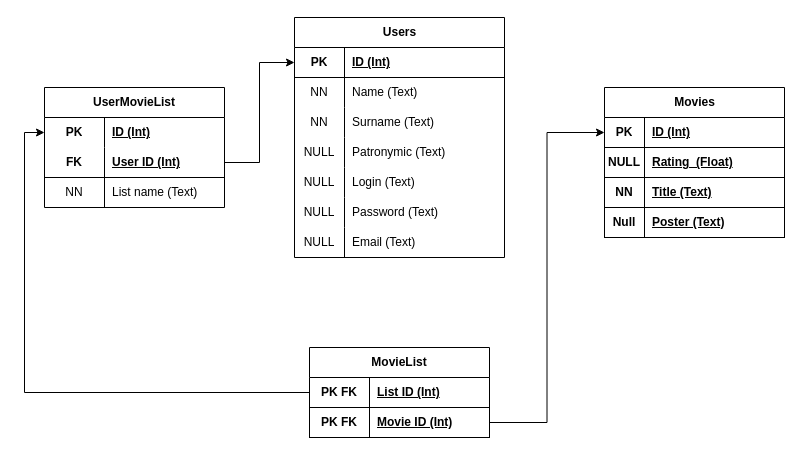
Kochtyan/graduate_work keeps this draw.io diagram as cinemach/backend/DB/cinemachDB .drawio. Above is the earlier version. Source tidied: cells renumbered, new cells numbered last; positions are measured from the earlier drawing's top-left corner, leaving out a move shared by most shapes. Both pictures are drawn from the tidied source at 100%, with x=0, y=0 at pixel (44, 17).
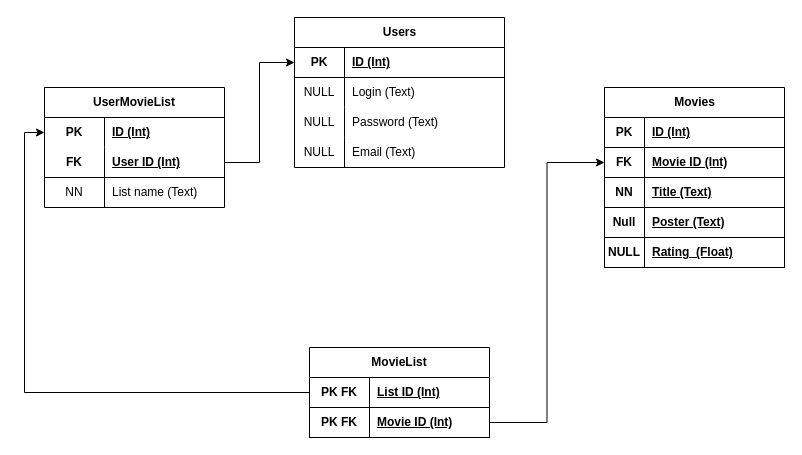
Above is the later version.

Unchanged cells that the change refers to:
```xml
<mxCell id="25" style="shape=tableRow;horizontal=0;startSize=0;swimlaneHead=0;swimlaneBody=0;fillColor=none;points=[[0,0.5],[1,0.5]];portConstraint=eastwest;top=0;left=0;right=0;bottom=1;" parent="24" vertex="1">
  <mxGeometry y="30" width="180" height="30" as="geometry" />
</mxCell>
<mxCell id="28" style="shape=tableRow;horizontal=0;startSize=0;swimlaneHead=0;swimlaneBody=0;fillColor=none;points=[[0,0.5],[1,0.5]];portConstraint=eastwest;top=0;left=0;right=0;bottom=1;" parent="24" vertex="1">
  <mxGeometry y="60" width="180" height="30" as="geometry" />
</mxCell>
<mxCell id="52" style="shape=tableRow;horizontal=0;startSize=0;swimlaneHead=0;swimlaneBody=0;fillColor=none;points=[[0,0.5],[1,0.5]];portConstraint=eastwest;top=0;left=0;right=0;bottom=1;html=1;" parent="48" vertex="1">
  <mxGeometry y="60" width="180" height="30" as="geometry" />
</mxCell>
```

Change to the diagram source:
```diff
@@
     <mxCell id="2" value="Users" style="shape=table;startSize=30;childLayout=tableLayout;rowLines=0;fontStyle=1;align=center;html=1;" parent="1" vertex="1">
-      <mxGeometry x="250" width="210" height="240" as="geometry" />
+      <mxGeometry x="250" width="210" height="150" as="geometry" />
     </mxCell>
@@
-    <mxCell id="6" style="shape=tableRow;horizontal=0;startSize=0;swimlaneHead=0;swimlaneBody=0;fillColor=none;top=0;left=0;right=0;bottom=0;" parent="2" vertex="1">
-      <mxGeometry y="60" width="210" height="30" as="geometry" />
-    </mxCell>
-    <mxCell id="7" value="NN" style="shape=partialRectangle;fillColor=none;top=0;left=0;bottom=0;right=0;overflow=hidden;whiteSpace=wrap;html=1;" parent="6" vertex="1">
-      <mxGeometry width="50" height="30" as="geometry" />
-    </mxCell>
-    <mxCell id="8" value="Name (Text)" style="shape=partialRectangle;fillColor=none;top=0;left=0;bottom=0;right=0;align=left;spacingLeft=6;overflow=hidden;whiteSpace=wrap;html=1;" parent="6" vertex="1">
-      <mxGeometry x="50" width="160" height="30" as="geometry" />
-    </mxCell>
-    <mxCell id="9" style="shape=tableRow;horizontal=0;startSize=0;swimlaneHead=0;swimlaneBody=0;fillColor=none;top=0;left=0;right=0;bottom=0;" parent="2" vertex="1">
-      <mxGeometry y="90" width="210" height="30" as="geometry" />
-    </mxCell>
-    <mxCell id="10" value="NN" style="shape=partialRectangle;fillColor=none;top=0;left=0;bottom=0;right=0;overflow=hidden;whiteSpace=wrap;html=1;" parent="9" vertex="1">
-      <mxGeometry width="50" height="30" as="geometry" />
-    </mxCell>
-    <mxCell id="11" value="Surname (Text)" style="shape=partialRectangle;fillColor=none;top=0;left=0;bottom=0;right=0;align=left;spacingLeft=6;overflow=hidden;whiteSpace=wrap;html=1;" parent="9" vertex="1">
-      <mxGeometry x="50" width="160" height="30" as="geometry" />
-    </mxCell>
-    <mxCell id="12" style="shape=tableRow;horizontal=0;startSize=0;swimlaneHead=0;swimlaneBody=0;fillColor=none;top=0;left=0;right=0;bottom=0;" parent="2" vertex="1">
-      <mxGeometry y="120" width="210" height="30" as="geometry" />
-    </mxCell>
-    <mxCell id="13" value="NULL" style="shape=partialRectangle;fillColor=none;top=0;left=0;bottom=0;right=0;overflow=hidden;whiteSpace=wrap;html=1;" parent="12" vertex="1">
-      <mxGeometry width="50" height="30" as="geometry" />
-    </mxCell>
-    <mxCell id="14" value="Patronymic (Text)" style="shape=partialRectangle;fillColor=none;top=0;left=0;bottom=0;right=0;align=left;spacingLeft=6;overflow=hidden;whiteSpace=wrap;html=1;" parent="12" vertex="1">
-      <mxGeometry x="50" width="160" height="30" as="geometry" />
-    </mxCell>
     <mxCell id="15" style="shape=tableRow;horizontal=0;startSize=0;swimlaneHead=0;swimlaneBody=0;fillColor=none;top=0;left=0;right=0;bottom=0;" parent="2" vertex="1">
-      <mxGeometry y="150" width="210" height="30" as="geometry" />
+      <mxGeometry y="60" width="210" height="30" as="geometry" />
     </mxCell>
@@
     <mxCell id="18" style="shape=tableRow;horizontal=0;startSize=0;swimlaneHead=0;swimlaneBody=0;fillColor=none;top=0;left=0;right=0;bottom=0;" parent="2" vertex="1">
-      <mxGeometry y="180" width="210" height="30" as="geometry" />
+      <mxGeometry y="90" width="210" height="30" as="geometry" />
     </mxCell>
@@
     <mxCell id="21" style="shape=tableRow;horizontal=0;startSize=0;swimlaneHead=0;swimlaneBody=0;fillColor=none;top=0;left=0;right=0;bottom=0;" parent="2" vertex="1">
-      <mxGeometry y="210" width="210" height="30" as="geometry" />
+      <mxGeometry y="120" width="210" height="30" as="geometry" />
     </mxCell>
@@
     <mxCell id="24" value="Movies" style="shape=table;startSize=30;childLayout=tableLayout;rowLines=0;fontStyle=1;align=center;html=1;" parent="1" vertex="1">
-      <mxGeometry x="560" y="70" width="180" height="150" as="geometry" />
+      <mxGeometry x="560" y="70" width="180" height="180" as="geometry" />
     </mxCell>
@@
-    <mxCell id="29" value="NULL" style="shape=partialRectangle;fillColor=none;top=0;left=0;bottom=0;right=0;fontStyle=1;overflow=hidden;whiteSpace=wrap;html=1;" parent="28" vertex="1">
+    <mxCell id="29" value="FK" style="shape=partialRectangle;fillColor=none;top=0;left=0;bottom=0;right=0;fontStyle=1;overflow=hidden;whiteSpace=wrap;html=1;" parent="28" vertex="1">
       <mxGeometry width="40" height="30" as="geometry" />
     </mxCell>
-    <mxCell id="30" value="Rating&amp;nbsp; (Float)" style="shape=partialRectangle;fillColor=none;top=0;left=0;bottom=0;right=0;align=left;spacingLeft=6;fontStyle=5;overflow=hidden;whiteSpace=wrap;html=1;" parent="28" vertex="1">
+    <mxCell id="30" value="Movie ID (Int)" style="shape=partialRectangle;fillColor=none;top=0;left=0;bottom=0;right=0;align=left;spacingLeft=6;fontStyle=5;overflow=hidden;whiteSpace=wrap;html=1;" parent="28" vertex="1">
       <mxGeometry x="40" width="140" height="30" as="geometry" />
     </mxCell>
@@
+    <mxCell id="57" style="shape=tableRow;horizontal=0;startSize=0;swimlaneHead=0;swimlaneBody=0;fillColor=none;top=0;left=0;right=0;bottom=1;" parent="24" vertex="1">
+      <mxGeometry y="150" width="180" height="30" as="geometry" />
+    </mxCell>
+    <mxCell id="13" value="NULL" style="shape=partialRectangle;fillColor=none;top=0;left=0;bottom=0;right=0;fontStyle=1;overflow=hidden;whiteSpace=wrap;html=1;" parent="57" vertex="1">
+      <mxGeometry width="40" height="30" as="geometry" />
+    </mxCell>
+    <mxCell id="58" value="Rating&amp;nbsp; (Float)" style="shape=partialRectangle;fillColor=none;top=0;left=0;bottom=0;right=0;align=left;spacingLeft=6;fontStyle=5;overflow=hidden;whiteSpace=wrap;html=1;" parent="57" vertex="1">
+      <mxGeometry x="40" width="140" height="30" as="geometry" />
+    </mxCell>
@@
-    <mxCell id="56" style="edgeStyle=orthogonalEdgeStyle;rounded=0;jettySize=auto;html=1;entryX=0;entryY=0.5;entryDx=0;entryDy=0;exitX=1;exitY=0.5;exitDx=0;exitDy=0;" parent="1" edge="1" source="52" target="25">
+    <mxCell id="56" style="edgeStyle=orthogonalEdgeStyle;rounded=0;jettySize=auto;html=1;entryX=0;entryY=0.5;entryDx=0;entryDy=0;exitX=1;exitY=0.5;exitDx=0;exitDy=0;" parent="1" edge="1" source="52" target="28">
       <mxGeometry relative="1" as="geometry" />
     </mxCell>
```
